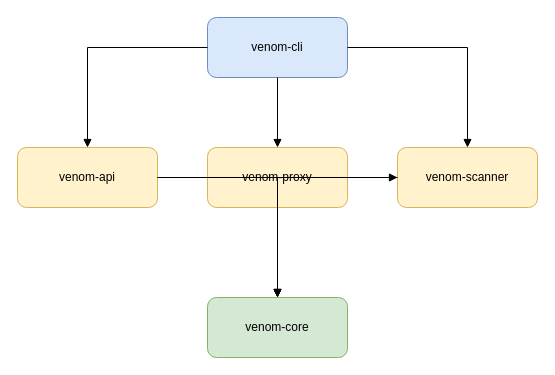
Above: page "Crate Dependencies" (2 of 2) of docs/assets/venom-architecture.drawio in ITherso/termivar (draw.io), before the change. Source tidied: cells renumbered, new cells numbered last; positions are measured from the earlier drawing's top-left corner, leaving out a move shared by most shapes. Both pictures are drawn from the tidied source at 100%, with x=0, y=0 at pixel (17, 17).
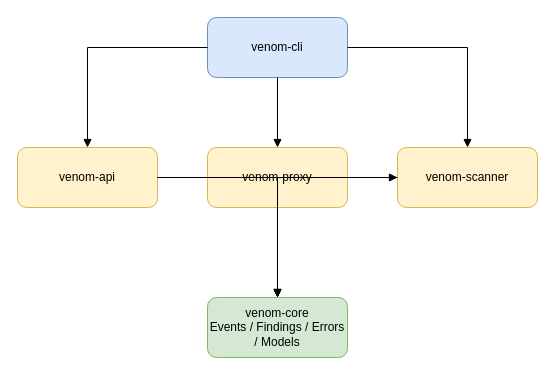
After the change.

Change to the diagram source:
```diff
@@
 <mxGraphModel>
   <root>
     <mxCell id="0" />
     <mxCell id="1" parent="0" />
     <mxCell id="2" value="venom-cli" style="rounded=1;whiteSpace=wrap;html=1;fillColor=#dae8fc;strokeColor=#6c8ebf;" parent="1" vertex="1">
       <mxGeometry x="190" width="140" height="60" as="geometry" />
     </mxCell>
     <mxCell id="3" value="venom-api" style="rounded=1;whiteSpace=wrap;html=1;fillColor=#fff2cc;strokeColor=#d6b656;" parent="1" vertex="1">
       <mxGeometry y="130" width="140" height="60" as="geometry" />
     </mxCell>
     <mxCell id="4" value="venom-proxy" style="rounded=1;whiteSpace=wrap;html=1;fillColor=#fff2cc;strokeColor=#d6b656;" parent="1" vertex="1">
       <mxGeometry x="190" y="130" width="140" height="60" as="geometry" />
     </mxCell>
     <mxCell id="5" value="venom-scanner" style="rounded=1;whiteSpace=wrap;html=1;fillColor=#fff2cc;strokeColor=#d6b656;" parent="1" vertex="1">
       <mxGeometry x="380" y="130" width="140" height="60" as="geometry" />
     </mxCell>
-    <mxCell id="6" value="venom-core" style="rounded=1;whiteSpace=wrap;html=1;fillColor=#d5e8d4;strokeColor=#82b366;" parent="1" vertex="1">
+    <mxCell id="6" value="venom-core&#10;Events / Findings / Errors / Models" style="rounded=1;whiteSpace=wrap;html=1;fillColor=#d5e8d4;strokeColor=#82b366;" parent="1" vertex="1">
       <mxGeometry x="190" y="280" width="140" height="60" as="geometry" />
     </mxCell>
     <mxCell id="7" style="edgeStyle=orthogonalEdgeStyle;rounded=0;html=1;endArrow=block;" parent="1" edge="1" source="2" target="3">
       <mxGeometry relative="1" as="geometry" />
     </mxCell>
     <mxCell id="8" style="edgeStyle=orthogonalEdgeStyle;rounded=0;html=1;endArrow=block;" parent="1" edge="1" source="2" target="4">
       <mxGeometry relative="1" as="geometry" />
     </mxCell>
     <mxCell id="9" style="edgeStyle=orthogonalEdgeStyle;rounded=0;html=1;endArrow=block;" parent="1" edge="1" source="2" target="5">
       <mxGeometry relative="1" as="geometry" />
     </mxCell>
     <mxCell id="10" style="edgeStyle=orthogonalEdgeStyle;rounded=0;html=1;endArrow=block;" parent="1" edge="1" source="3" target="5">
       <mxGeometry relative="1" as="geometry" />
     </mxCell>
     <mxCell id="11" style="edgeStyle=orthogonalEdgeStyle;rounded=0;html=1;endArrow=block;" parent="1" edge="1" source="3" target="6">
       <mxGeometry relative="1" as="geometry" />
     </mxCell>
     <mxCell id="12" style="edgeStyle=orthogonalEdgeStyle;rounded=0;html=1;endArrow=block;" parent="1" edge="1" source="4" target="6">
       <mxGeometry relative="1" as="geometry" />
     </mxCell>
     <mxCell id="13" style="edgeStyle=orthogonalEdgeStyle;rounded=0;html=1;endArrow=block;" parent="1" edge="1" source="5" target="6">
       <mxGeometry relative="1" as="geometry" />
     </mxCell>
   </root>
 </mxGraphModel>
```
